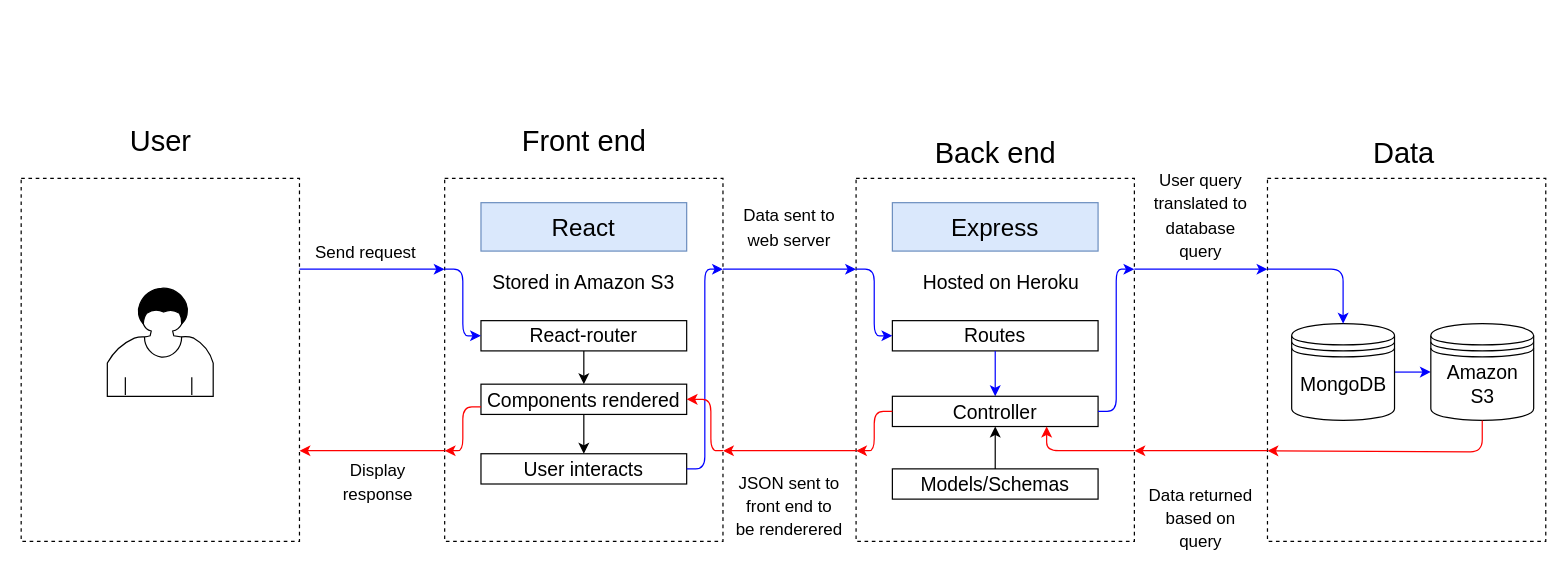
Before: docs/MERN Application Architecture.drawio in Mark-Ball/T3A2_PartA, a draw.io diagram. Source tidied: cells renumbered, new cells numbered last; positions are measured from the earlier drawing's top-left corner, leaving out a move shared by most shapes. Both pictures are drawn from the tidied source at 121%, with x=0, y=0 at pixel (21, 129).
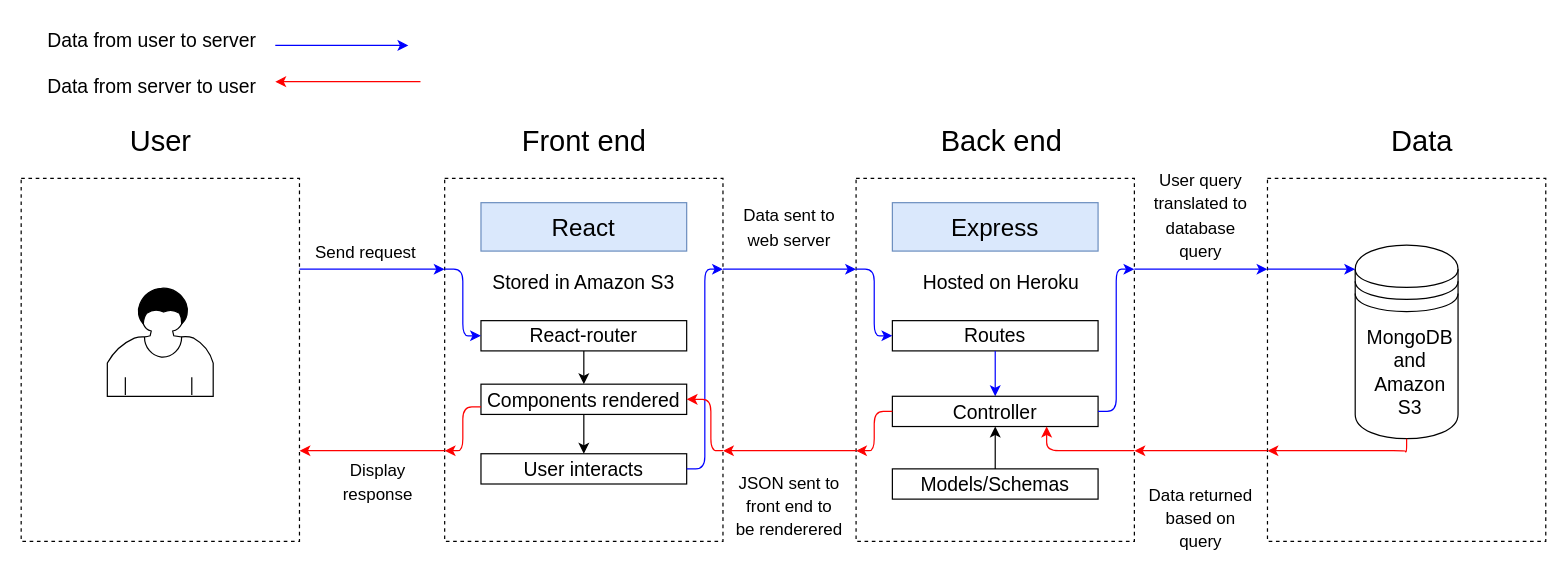
The same page after the edit.

Commit message (it also covers changes not shown here):
drafted user stories

Diff of the diagram source:
```diff
@@
+    <mxCell id="4" style="rounded=0;whiteSpace=wrap;html=1;dashed=1;fillColor=none;perimeterSpacing=0;" parent="1" vertex="1">
+      <mxGeometry x="1030" y="40" width="230" height="300" as="geometry" />
+    </mxCell>
+    <mxCell id="8" style="shape=datastore;whiteSpace=wrap;html=1;fillColor=none;" parent="1" vertex="1">
+      <mxGeometry x="1102.5" y="95" width="85" height="160" as="geometry" />
+    </mxCell>
@@
-    <mxCell id="4" style="rounded=0;whiteSpace=wrap;html=1;dashed=1;fillColor=none;perimeterSpacing=0;" parent="1" vertex="1">
-      <mxGeometry x="1030" y="40" width="230" height="300" as="geometry" />
-    </mxCell>
-    <mxCell id="5" value="MongoDB" style="text;html=1;strokeColor=none;fillColor=none;align=center;verticalAlign=middle;whiteSpace=wrap;rounded=0;fontSize=16;" parent="1" vertex="1">
-      <mxGeometry x="1062.5" y="200" width="60" height="20" as="geometry" />
+    <mxCell id="5" value="MongoDB and Amazon S3" style="text;html=1;strokeColor=none;fillColor=none;align=center;verticalAlign=middle;whiteSpace=wrap;rounded=0;fontSize=16;" parent="1" vertex="1">
+      <mxGeometry x="1117.5" y="155" width="60" height="90" as="geometry" />
     </mxCell>
     <mxCell id="6" value="Data" style="text;html=1;strokeColor=none;fillColor=none;align=center;verticalAlign=middle;whiteSpace=wrap;rounded=0;dashed=1;fontSize=24;" parent="1" vertex="1">
-      <mxGeometry x="1122.5" y="10" width="40" height="20" as="geometry" />
+      <mxGeometry x="1137.5" width="40" height="20" as="geometry" />
     </mxCell>
-    <mxCell id="7" style="edgeStyle=orthogonalEdgeStyle;rounded=0;jettySize=auto;html=1;exitX=1;exitY=0.5;exitDx=0;exitDy=0;entryX=0;entryY=0.5;entryDx=0;entryDy=0;fontSize=16;strokeColor=#0000FF;" parent="1" edge="1" source="8" target="9">
-      <mxGeometry relative="1" as="geometry" />
-    </mxCell>
-    <mxCell id="8" style="shape=datastore;whiteSpace=wrap;html=1;fillColor=none;" parent="1" vertex="1">
-      <mxGeometry x="1050" y="160" width="85" height="80" as="geometry" />
-    </mxCell>
-    <mxCell id="9" style="shape=datastore;whiteSpace=wrap;html=1;fillColor=none;" parent="1" vertex="1">
-      <mxGeometry x="1165" y="160" width="85" height="80" as="geometry" />
-    </mxCell>
-    <mxCell id="10" value="Amazon S3" style="text;html=1;strokeColor=none;fillColor=none;align=center;verticalAlign=middle;whiteSpace=wrap;rounded=0;fontSize=16;" parent="1" vertex="1">
-      <mxGeometry x="1177.5" y="200" width="60" height="20" as="geometry" />
-    </mxCell>
@@
     <mxCell id="12" value="Back end" style="text;html=1;strokeColor=none;fillColor=none;align=center;verticalAlign=middle;whiteSpace=wrap;rounded=0;dashed=1;fontSize=24;" parent="1" vertex="1">
-      <mxGeometry x="747.5" y="10" width="115" height="20" as="geometry" />
+      <mxGeometry x="752.5" width="115" height="20" as="geometry" />
     </mxCell>
@@
-    <mxCell id="48" style="edgeStyle=segmentEdgeStyle;endArrow=classic;html=1;fontSize=16;exitX=0.5;exitY=1;exitDx=0;exitDy=0;entryX=0;entryY=0.75;entryDx=0;entryDy=0;strokeColor=#FF0000;" parent="1" edge="1" source="9" target="4">
-      <mxGeometry relative="1" as="geometry">
-        <Array as="points">
-          <mxPoint x="1207" y="266" />
-        </Array>
-      </mxGeometry>
-    </mxCell>
@@
+    <mxCell id="52" value="Data from user to server&lt;br&gt;&lt;br&gt;Data from server to user" style="text;html=1;strokeColor=none;fillColor=none;align=left;verticalAlign=middle;whiteSpace=wrap;rounded=0;dashed=1;fontSize=16;" parent="1" vertex="1">
+      <mxGeometry x="20" y="-90" width="370" height="70" as="geometry" />
+    </mxCell>
+    <mxCell id="53" style="endArrow=classic;html=1;exitX=1;exitY=0.25;exitDx=0;exitDy=0;entryX=0;entryY=0.25;entryDx=0;entryDy=0;strokeColor=#0000FF;" parent="1" edge="1">
+      <mxGeometry relative="1" as="geometry">
+        <mxPoint x="210" y="-70" as="sourcePoint" />
+        <mxPoint x="320" y="-70" as="targetPoint" />
+      </mxGeometry>
+    </mxCell>
+    <mxCell id="54" style="endArrow=classic;html=1;exitX=0;exitY=0.75;exitDx=0;exitDy=0;entryX=1;entryY=0.75;entryDx=0;entryDy=0;strokeColor=#FF0000;" parent="1" edge="1">
+      <mxGeometry relative="1" as="geometry">
+        <mxPoint x="330" y="-40" as="sourcePoint" />
+        <mxPoint x="210" y="-40" as="targetPoint" />
+      </mxGeometry>
+    </mxCell>
+    <mxCell id="55" style="edgeStyle=segmentEdgeStyle;endArrow=classic;html=1;labelBackgroundColor=#FFFFFF;strokeColor=#FF0000;fontSize=16;fontColor=#000000;exitX=0.5;exitY=1;exitDx=0;exitDy=0;entryX=0;entryY=0.75;entryDx=0;entryDy=0;" parent="1" edge="1" source="8" target="4">
+      <mxGeometry relative="1" as="geometry">
+        <Array as="points">
+          <mxPoint x="1144" y="266" />
+        </Array>
+      </mxGeometry>
+    </mxCell>
```
